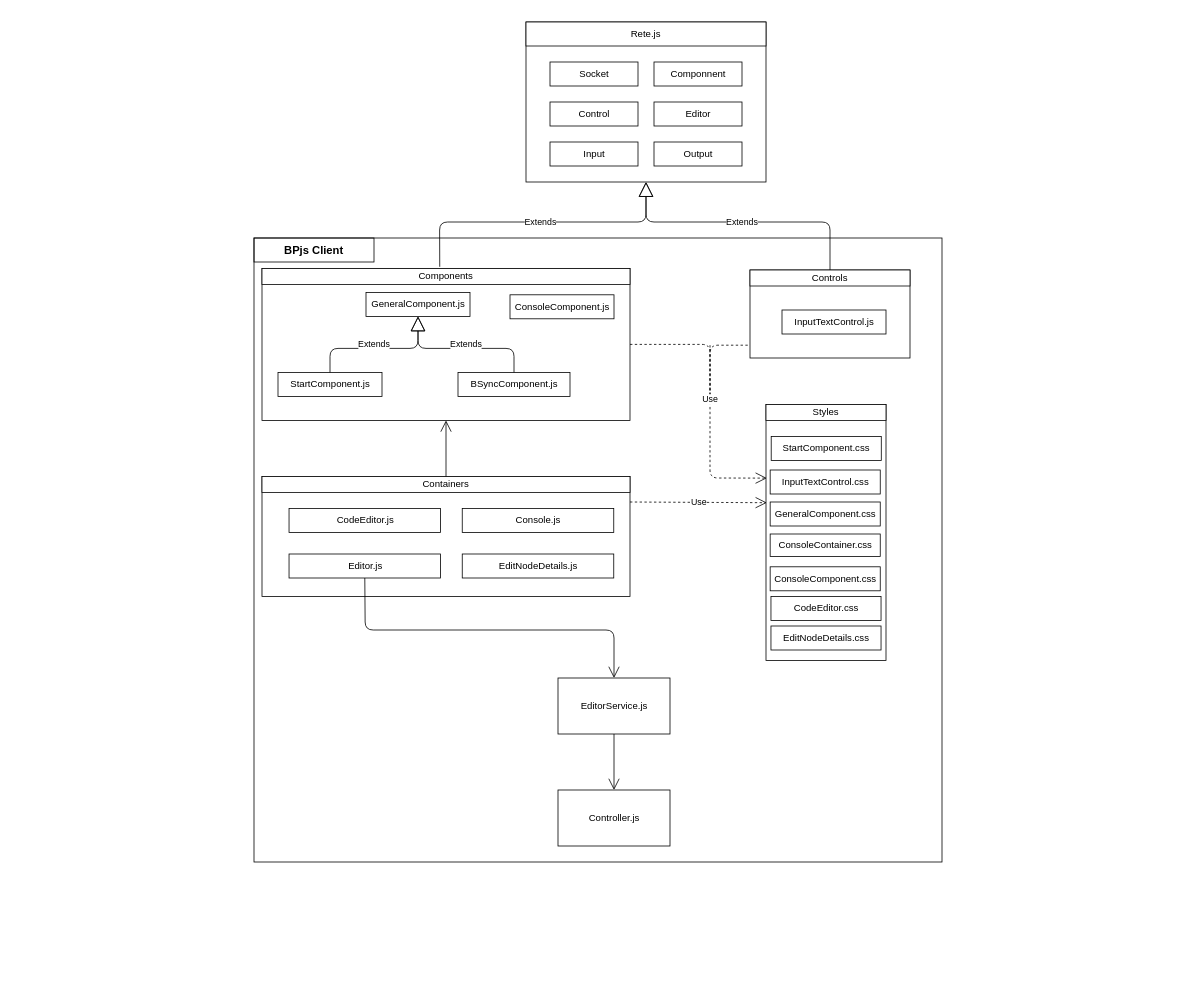
Earlier version of the draw.io diagram documentation/Client Class Diagram.drawio (shirmarko/bpFlowApp). Source tidied: cells renumbered, new cells numbered last; positions are measured from the earlier drawing's top-left corner, leaving out a move shared by most shapes. Both pictures are drawn from the tidied source at 80%, with x=0, y=0 at pixel (14, 22).
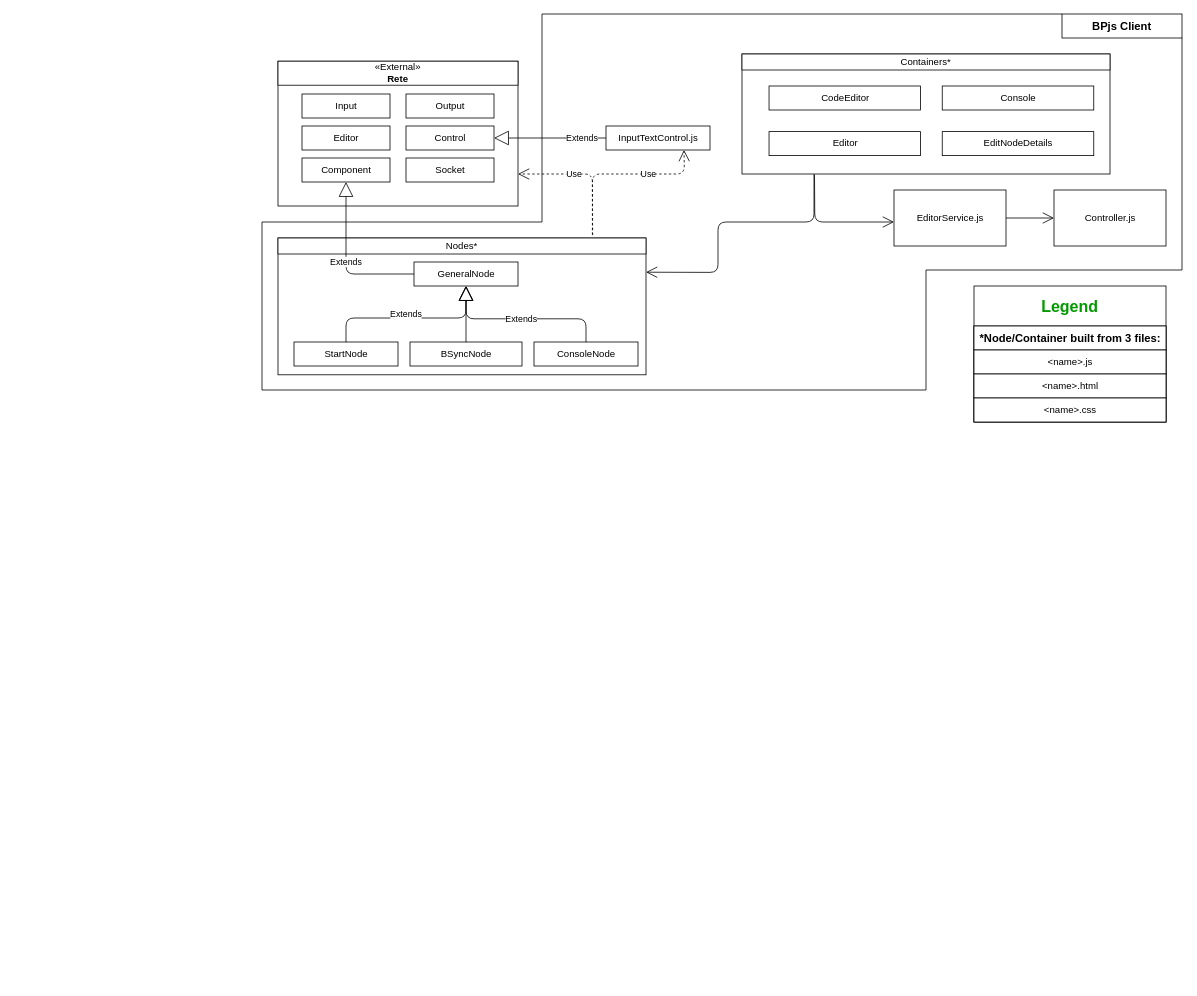
After the change.

The change refers to these unchanged cells:
```xml
<mxCell id="13" style="rounded=0;whiteSpace=wrap;html=1;" parent="12" vertex="1">
  <mxGeometry width="460" height="150" as="geometry" />
</mxCell>
```

Change to the diagram source:
```diff
@@
-    <mxCell id="2" style="group;" parent="1" vertex="1">
-      <mxGeometry y="518" width="1400" height="360" as="geometry" />
-    </mxCell>
-    <mxCell id="3" style="group;" parent="2" vertex="1">
-      <mxGeometry x="310" y="-210" width="460" height="190" as="geometry" />
-    </mxCell>
-    <mxCell id="4" style="rounded=0;whiteSpace=wrap;html=1;" parent="3" vertex="1">
-      <mxGeometry width="460" height="190" as="geometry" />
-    </mxCell>
-    <mxCell id="5" value="StartComponent.js" style="html=1;" parent="3" vertex="1">
-      <mxGeometry x="20" y="130" width="130" height="30" as="geometry" />
-    </mxCell>
-    <mxCell id="6" value="BSyncComponent.js" style="html=1;" parent="3" vertex="1">
-      <mxGeometry x="245" y="130" width="140" height="30" as="geometry" />
-    </mxCell>
-    <mxCell id="7" value="GeneralComponent.js" style="html=1;" parent="3" vertex="1">
-      <mxGeometry x="130" y="30" width="130" height="30" as="geometry" />
-    </mxCell>
-    <mxCell id="8" value="Extends" style="endArrow=block;endSize=16;endFill=0;html=1;entryX=0.5;entryY=1;entryDx=0;entryDy=0;exitX=0.5;exitY=0;exitDx=0;exitDy=0;" parent="3" edge="1" source="5" target="7">
-      <mxGeometry x="-220" y="620" as="geometry">
-        <Array as="points">
-          <mxPoint x="85" y="100" />
-          <mxPoint x="195" y="100" />
-        </Array>
-      </mxGeometry>
-    </mxCell>
-    <mxCell id="9" value="Extends" style="endArrow=block;endSize=16;endFill=0;html=1;entryX=0.5;entryY=1;entryDx=0;entryDy=0;exitX=0.5;exitY=0;exitDx=0;exitDy=0;" parent="3" edge="1" source="6" target="7">
-      <mxGeometry x="-220" y="620" as="geometry">
-        <Array as="points">
-          <mxPoint x="315" y="100" />
-          <mxPoint x="195" y="100" />
-        </Array>
-      </mxGeometry>
-    </mxCell>
-    <mxCell id="10" value="Components" style="rounded=0;whiteSpace=wrap;html=1;" parent="3" vertex="1">
-      <mxGeometry width="460" height="20" as="geometry" />
-    </mxCell>
-    <mxCell id="11" value="ConsoleComponent.js" style="html=1;" parent="3" vertex="1">
-      <mxGeometry x="310" y="33" width="130" height="30" as="geometry" />
-    </mxCell>
+    <mxCell id="50" value="EditorService.js" style="html=1;" parent="1" vertex="1">
+      <mxGeometry x="1100" y="210" width="140" height="70" as="geometry" />
+    </mxCell>
+    <mxCell id="51" value="Controller.js" style="html=1;" parent="1" vertex="1">
+      <mxGeometry x="1300" y="210" width="140" height="70" as="geometry" />
+    </mxCell>
+    <mxCell id="55" value="&lt;b&gt;&lt;font style=&quot;font-size: 14px&quot;&gt;BPjs Client&lt;/font&gt;&lt;/b&gt;" style="rounded=0;whiteSpace=wrap;html=1;fillColor=none;" parent="1" vertex="1">
+      <mxGeometry x="1310" y="-10" width="150" height="30" as="geometry" />
+    </mxCell>
+    <mxCell id="36" value="InputTextControl.js" style="html=1;" parent="1" vertex="1">
+      <mxGeometry x="740" y="130" width="130" height="30" as="geometry" />
+    </mxCell>
-    <mxCell id="12" style="group;" parent="2" vertex="1">
-      <mxGeometry x="310" y="50" width="460" height="150" as="geometry" />
+    <mxCell id="12" style="group;" parent="1" vertex="1">
+      <mxGeometry x="910" y="40" width="460" height="150" as="geometry" />
     </mxCell>
@@
-    <mxCell id="14" value="Containers" style="rounded=0;whiteSpace=wrap;html=1;" parent="12" vertex="1">
+    <mxCell id="14" value="Containers*" style="rounded=0;whiteSpace=wrap;html=1;" parent="12" vertex="1">
       <mxGeometry width="460" height="20" as="geometry" />
     </mxCell>
-    <mxCell id="15" value="Console.js" style="html=1;" parent="12" vertex="1">
+    <mxCell id="15" value="Console" style="html=1;" parent="12" vertex="1">
       <mxGeometry x="250.3" y="40" width="189.4" height="30" as="geometry" />
     </mxCell>
-    <mxCell id="16" value="CodeEditor.js" style="html=1;" parent="12" vertex="1">
+    <mxCell id="16" value="CodeEditor" style="html=1;" parent="12" vertex="1">
       <mxGeometry x="33.8" y="40" width="189.4" height="30" as="geometry" />
     </mxCell>
-    <mxCell id="17" value="EditNodeDetails.js" style="html=1;" parent="12" vertex="1">
+    <mxCell id="17" value="EditNodeDetails" style="html=1;" parent="12" vertex="1">
       <mxGeometry x="250.3" y="97" width="189.4" height="30" as="geometry" />
     </mxCell>
-    <mxCell id="18" value="Editor.js" style="html=1;" parent="12" vertex="1">
+    <mxCell id="18" value="Editor" style="html=1;" parent="12" vertex="1">
       <mxGeometry x="33.8" y="97" width="189.4" height="30" as="geometry" />
     </mxCell>
-    <mxCell id="19" style="group;" parent="2" vertex="1">
-      <mxGeometry x="940" y="-40" width="150" height="320" as="geometry" />
-    </mxCell>
-    <mxCell id="20" style="rounded=0;whiteSpace=wrap;html=1;" parent="19" vertex="1">
-      <mxGeometry width="150" height="320" as="geometry" />
-    </mxCell>
-    <mxCell id="21" value="StartComponent.css" style="html=1;" parent="19" vertex="1">
-      <mxGeometry x="6.5" y="40" width="137.6" height="30" as="geometry" />
-    </mxCell>
-    <mxCell id="22" value="GeneralComponent.css" style="html=1;" parent="19" vertex="1">
-      <mxGeometry x="5.2" y="122" width="137.6" height="30" as="geometry" />
-    </mxCell>
-    <mxCell id="23" value="Styles" style="rounded=0;whiteSpace=wrap;html=1;" parent="19" vertex="1">
-      <mxGeometry width="150" height="20" as="geometry" />
-    </mxCell>
-    <mxCell id="24" value="ConsoleComponent.css" style="html=1;" parent="19" vertex="1">
-      <mxGeometry x="5.2" y="203" width="137.6" height="30" as="geometry" />
-    </mxCell>
-    <mxCell id="25" value="InputTextControl.css" style="html=1;" parent="19" vertex="1">
-      <mxGeometry x="5.2" y="82" width="137.6" height="30" as="geometry" />
-    </mxCell>
-    <mxCell id="26" value="ConsoleContainer.css" style="html=1;" parent="19" vertex="1">
-      <mxGeometry x="5.2" y="162" width="137.6" height="28" as="geometry" />
-    </mxCell>
-    <mxCell id="27" value="CodeEditor.css" style="html=1;" parent="19" vertex="1">
-      <mxGeometry x="6.2" y="240" width="137.6" height="30" as="geometry" />
-    </mxCell>
-    <mxCell id="28" value="EditNodeDetails.css" style="html=1;" parent="19" vertex="1">
-      <mxGeometry x="6.2" y="277" width="137.6" height="30" as="geometry" />
-    </mxCell>
-    <mxCell id="29" value="Use" style="endArrow=open;endSize=12;dashed=1;html=1;entryX=0.007;entryY=0.288;entryDx=0;entryDy=0;entryPerimeter=0;exitX=1;exitY=0.5;exitDx=0;exitDy=0;" parent="2" edge="1" source="4" target="20">
-      <mxGeometry relative="1" as="geometry">
-        <Array as="points">
-          <mxPoint x="870" y="-115" />
-          <mxPoint x="870" y="52" />
-        </Array>
-      </mxGeometry>
-    </mxCell>
-    <mxCell id="30" value="Use" style="endArrow=open;endSize=12;dashed=1;html=1;entryX=0.007;entryY=0.384;entryDx=0;entryDy=0;entryPerimeter=0;" parent="2" edge="1" target="20">
-      <mxGeometry relative="1" as="geometry">
-        <mxPoint x="770" y="82" as="sourcePoint" />
-      </mxGeometry>
-    </mxCell>
-    <mxCell id="31" style="endArrow=open;endFill=1;endSize=12;html=1;entryX=0.5;entryY=1;entryDx=0;entryDy=0;exitX=0.5;exitY=0;exitDx=0;exitDy=0;" parent="2" edge="1" source="14" target="4">
-      <mxGeometry relative="1" as="geometry" />
-    </mxCell>
-    <mxCell id="32" style="group;" parent="1" vertex="1">
-      <mxGeometry x="910" y="300" width="430" height="900" as="geometry" />
-    </mxCell>
-    <mxCell id="33" style="group;" parent="32" vertex="1">
-      <mxGeometry x="10" y="10" width="240" height="890" as="geometry" />
-    </mxCell>
-    <mxCell id="34" style="rounded=0;whiteSpace=wrap;html=1;fillColor=none;" parent="33" vertex="1">
-      <mxGeometry x="-620" y="-40" width="860" height="780" as="geometry" />
-    </mxCell>
-    <mxCell id="35" style="rounded=0;whiteSpace=wrap;html=1;" parent="33" vertex="1">
-      <mxGeometry width="200" height="110" as="geometry" />
-    </mxCell>
-    <mxCell id="36" value="InputTextControl.js" style="html=1;" parent="33" vertex="1">
-      <mxGeometry x="40" y="50" width="130" height="30" as="geometry" />
-    </mxCell>
-    <mxCell id="37" value="Controls" style="rounded=0;whiteSpace=wrap;html=1;" parent="33" vertex="1">
-      <mxGeometry width="200" height="20" as="geometry" />
-    </mxCell>
-    <mxCell id="38" style="group;" parent="1" vertex="1">
-      <mxGeometry x="640" width="300" height="200" as="geometry" />
-    </mxCell>
+    <mxCell id="56" style="group;" parent="1" vertex="1">
+      <mxGeometry x="330" y="270" width="460" height="171" as="geometry" />
+    </mxCell>
+    <mxCell id="4" style="rounded=0;whiteSpace=wrap;html=1;" parent="56" vertex="1">
+      <mxGeometry width="460" height="171" as="geometry" />
+    </mxCell>
+    <mxCell id="5" value="StartNode" style="html=1;" parent="56" vertex="1">
+      <mxGeometry x="20" y="130" width="130" height="30" as="geometry" />
+    </mxCell>
+    <mxCell id="6" value="BSyncNode" style="html=1;" parent="56" vertex="1">
+      <mxGeometry x="165" y="130" width="140" height="30" as="geometry" />
+    </mxCell>
+    <mxCell id="7" value="GeneralNode" style="html=1;" parent="56" vertex="1">
+      <mxGeometry x="170" y="30" width="130" height="30" as="geometry" />
+    </mxCell>
+    <mxCell id="8" value="Extends" style="endArrow=block;endSize=16;endFill=0;html=1;entryX=0.5;entryY=1;entryDx=0;entryDy=0;exitX=0.5;exitY=0;exitDx=0;exitDy=0;" parent="56" edge="1" source="5" target="7">
+      <mxGeometry x="-220" y="620" as="geometry">
+        <Array as="points">
+          <mxPoint x="85" y="100" />
+          <mxPoint x="235" y="100" />
+        </Array>
+      </mxGeometry>
+    </mxCell>
+    <mxCell id="10" value="Nodes*" style="rounded=0;whiteSpace=wrap;html=1;" parent="56" vertex="1">
+      <mxGeometry width="460" height="20" as="geometry" />
+    </mxCell>
+    <mxCell id="11" value="ConsoleNode" style="html=1;" parent="56" vertex="1">
+      <mxGeometry x="320" y="130" width="130" height="30" as="geometry" />
+    </mxCell>
+    <mxCell id="57" value="Extends" style="endArrow=block;endSize=16;endFill=0;html=1;entryX=0.5;entryY=1;entryDx=0;entryDy=0;exitX=0.5;exitY=0;exitDx=0;exitDy=0;" parent="56" edge="1" source="11" target="7">
+      <mxGeometry relative="1" as="geometry">
+        <Array as="points">
+          <mxPoint x="385" y="101" />
+          <mxPoint x="235" y="101" />
+        </Array>
+      </mxGeometry>
+    </mxCell>
+    <mxCell id="9" style="endArrow=block;endSize=16;endFill=0;html=1;entryX=0.5;entryY=1;entryDx=0;entryDy=0;exitX=0.5;exitY=0;exitDx=0;exitDy=0;" parent="56" edge="1" source="6" target="7">
+      <mxGeometry x="0.38" y="160" relative="1" as="geometry" />
+    </mxCell>
-    <mxCell id="39" style="rounded=0;whiteSpace=wrap;html=1;" parent="38" vertex="1">
-      <mxGeometry width="300" height="200" as="geometry" />
+    <mxCell id="39" style="rounded=0;whiteSpace=wrap;html=1;" parent="1" vertex="1">
+      <mxGeometry x="330" y="49" width="300" height="181" as="geometry" />
     </mxCell>
-    <mxCell id="40" style="group;" parent="38" vertex="1">
-      <mxGeometry width="300" height="180" as="geometry" />
+    <mxCell id="40" style="group;" parent="1" vertex="1">
+      <mxGeometry x="330" y="49" width="300" height="180" as="geometry" />
     </mxCell>
-    <mxCell id="41" value="Socket" style="html=1;" parent="40" vertex="1">
-      <mxGeometry x="30" y="50" width="110" height="30" as="geometry" />
+    <mxCell id="41" value="Input" style="html=1;" parent="40" vertex="1">
+      <mxGeometry x="30" y="41" width="110" height="30" as="geometry" />
     </mxCell>
-    <mxCell id="42" value="Rete.js" style="rounded=0;whiteSpace=wrap;html=1;" parent="40" vertex="1">
+    <mxCell id="42" value="&lt;span&gt;«External»&lt;/span&gt;&lt;br&gt;&lt;b&gt;Rete&lt;/b&gt;" style="rounded=0;whiteSpace=wrap;html=1;" parent="40" vertex="1">
       <mxGeometry width="300" height="30" as="geometry" />
     </mxCell>
-    <mxCell id="43" value="Componnent" style="html=1;" parent="40" vertex="1">
-      <mxGeometry x="160" y="50" width="110" height="30" as="geometry" />
+    <mxCell id="43" value="Output" style="html=1;" parent="40" vertex="1">
+      <mxGeometry x="160" y="41" width="110" height="30" as="geometry" />
     </mxCell>
-    <mxCell id="44" value="Control" style="html=1;" parent="40" vertex="1">
-      <mxGeometry x="30" y="100" width="110" height="30" as="geometry" />
+    <mxCell id="44" value="Editor" style="html=1;" parent="40" vertex="1">
+      <mxGeometry x="30" y="81" width="110" height="30" as="geometry" />
     </mxCell>
-    <mxCell id="45" value="Editor" style="html=1;" parent="40" vertex="1">
-      <mxGeometry x="160" y="100" width="110" height="30" as="geometry" />
+    <mxCell id="45" value="Control" style="html=1;" parent="40" vertex="1">
+      <mxGeometry x="160" y="81" width="110" height="30" as="geometry" />
     </mxCell>
-    <mxCell id="46" value="Output" style="html=1;" parent="40" vertex="1">
-      <mxGeometry x="160" y="150" width="110" height="30" as="geometry" />
+    <mxCell id="46" value="Socket" style="html=1;" parent="40" vertex="1">
+      <mxGeometry x="160" y="121" width="110" height="30" as="geometry" />
     </mxCell>
-    <mxCell id="47" value="Input" style="html=1;" parent="40" vertex="1">
-      <mxGeometry x="30" y="150" width="110" height="30" as="geometry" />
+    <mxCell id="47" value="Component" style="html=1;" parent="40" vertex="1">
+      <mxGeometry x="30" y="121" width="110" height="30" as="geometry" />
     </mxCell>
-    <mxCell id="48" value="Extends" style="endArrow=block;endSize=16;endFill=0;html=1;entryX=0.5;entryY=1;entryDx=0;entryDy=0;exitX=0.483;exitY=-0.1;exitDx=0;exitDy=0;exitPerimeter=0;" parent="1" edge="1" source="10" target="39">
-      <mxGeometry relative="1" as="geometry">
-        <Array as="points">
-          <mxPoint x="532" y="250" />
-          <mxPoint x="790" y="250" />
-        </Array>
-      </mxGeometry>
-    </mxCell>
-    <mxCell id="49" value="Extends" style="endArrow=block;endSize=16;endFill=0;html=1;entryX=0.5;entryY=1;entryDx=0;entryDy=0;exitX=0.5;exitY=0;exitDx=0;exitDy=0;" parent="1" edge="1" source="37" target="39">
-      <mxGeometry relative="1" as="geometry">
-        <Array as="points">
-          <mxPoint x="1020" y="250" />
-          <mxPoint x="790" y="250" />
-        </Array>
-      </mxGeometry>
-    </mxCell>
-    <mxCell id="50" value="EditorService.js" style="html=1;" parent="1" vertex="1">
-      <mxGeometry x="680" y="820" width="140" height="70" as="geometry" />
-    </mxCell>
-    <mxCell id="51" value="Controller.js" style="html=1;" parent="1" vertex="1">
-      <mxGeometry x="680" y="960" width="140" height="70" as="geometry" />
-    </mxCell>
-    <mxCell id="52" style="endArrow=none;dashed=1;html=1;entryX=0;entryY=0.5;entryDx=0;entryDy=0;" parent="1" edge="1">
-      <mxGeometry relative="1" as="geometry">
-        <mxPoint x="870" y="404" as="sourcePoint" />
-        <mxPoint x="920" y="404" as="targetPoint" />
-        <Array as="points">
-          <mxPoint x="870" y="470" />
-          <mxPoint x="870" y="404" />
-        </Array>
-      </mxGeometry>
-    </mxCell>
-    <mxCell id="53" style="endArrow=open;endFill=1;endSize=12;html=1;entryX=0.5;entryY=0;entryDx=0;entryDy=0;exitX=0.5;exitY=1;exitDx=0;exitDy=0;" parent="1" edge="1" source="18" target="50">
-      <mxGeometry relative="1" as="geometry">
-        <Array as="points">
-          <mxPoint x="439" y="760" />
-          <mxPoint x="750" y="760" />
-        </Array>
-      </mxGeometry>
-    </mxCell>
+    <mxCell id="58" style="endArrow=open;endFill=1;endSize=12;html=1;exitX=0.197;exitY=1.007;exitDx=0;exitDy=0;exitPerimeter=0;" parent="1" edge="1" source="13">
+      <mxGeometry relative="1" as="geometry">
+        <mxPoint x="1100" y="250" as="targetPoint" />
+        <Array as="points">
+          <mxPoint x="1001" y="250" />
+        </Array>
+      </mxGeometry>
+    </mxCell>
+    <mxCell id="59" value="Extends" style="endArrow=block;endSize=16;endFill=0;html=1;entryX=1;entryY=0.5;entryDx=0;entryDy=0;exitX=0;exitY=0.5;exitDx=0;exitDy=0;" parent="1" edge="1" source="36" target="45">
+      <mxGeometry x="-0.57" relative="1" as="geometry" />
+    </mxCell>
+    <mxCell id="60" value="Extends" style="endArrow=block;endSize=16;endFill=0;html=1;entryX=0.5;entryY=1;entryDx=0;entryDy=0;exitX=0;exitY=0.5;exitDx=0;exitDy=0;" parent="1" edge="1" source="7" target="47">
+      <mxGeometry relative="1" as="geometry">
+        <Array as="points">
+          <mxPoint x="415" y="315" />
+        </Array>
+      </mxGeometry>
+    </mxCell>
+    <mxCell id="61" value="Use" style="endArrow=open;endSize=12;dashed=1;html=1;" parent="1" edge="1">
+      <mxGeometry x="0.17" relative="1" as="geometry">
+        <mxPoint x="723" y="266" as="sourcePoint" />
+        <mxPoint x="630" y="190" as="targetPoint" />
+        <Array as="points">
+          <mxPoint x="723" y="190" />
+        </Array>
+      </mxGeometry>
+    </mxCell>
-    <mxCell id="54" style="endArrow=open;endFill=1;endSize=12;html=1;entryX=0.5;entryY=0;entryDx=0;entryDy=0;" parent="1" edge="1" source="50" target="51">
+    <mxCell id="54" style="endArrow=open;endFill=1;endSize=12;html=1;exitX=1;exitY=0.5;exitDx=0;exitDy=0;" parent="1" edge="1" source="50" target="51">
       <mxGeometry relative="1" as="geometry" />
     </mxCell>
-    <mxCell id="55" value="&lt;b&gt;&lt;font style=&quot;font-size: 14px&quot;&gt;BPjs Client&lt;/font&gt;&lt;/b&gt;" style="rounded=0;whiteSpace=wrap;html=1;fillColor=none;" parent="1" vertex="1">
-      <mxGeometry x="300" y="270" width="150" height="30" as="geometry" />
-    </mxCell>
+    <mxCell id="62" style="endArrow=open;endFill=1;endSize=12;html=1;entryX=1;entryY=0.25;entryDx=0;entryDy=0;" parent="1" edge="1" target="4">
+      <mxGeometry relative="1" as="geometry">
+        <mxPoint x="1000" y="190" as="sourcePoint" />
+        <Array as="points">
+          <mxPoint x="1000" y="250" />
+          <mxPoint x="880" y="250" />
+          <mxPoint x="880" y="313" />
+        </Array>
+      </mxGeometry>
+    </mxCell>
+    <mxCell id="63" style="endArrow=open;endSize=12;dashed=1;html=1;entryX=0.75;entryY=1;entryDx=0;entryDy=0;exitX=0.855;exitY=-0.183;exitDx=0;exitDy=0;exitPerimeter=0;" parent="1" edge="1" source="10" target="36">
+      <mxGeometry x="-1" y="-241" relative="1" as="geometry">
+        <Array as="points">
+          <mxPoint x="723" y="190" />
+          <mxPoint x="838" y="190" />
+        </Array>
+        <mxPoint x="-74" y="175" as="offset" />
+      </mxGeometry>
+    </mxCell>
+    <mxCell id="64" value="Use" style="edgeLabel;html=1;align=center;verticalAlign=middle;" parent="63" vertex="1">
+      <mxGeometry x="0.41" y="-2" relative="1" as="geometry">
+        <mxPoint x="-9.7" y="-3" as="offset" />
+      </mxGeometry>
+    </mxCell>
+    <mxCell id="65" style="group;" parent="1" vertex="1">
+      <mxGeometry x="1200" y="330" width="240" height="170" as="geometry" />
+    </mxCell>
+    <mxCell id="66" style="rounded=0;whiteSpace=wrap;html=1;" parent="65" vertex="1">
+      <mxGeometry width="240" height="170" as="geometry" />
+    </mxCell>
+    <mxCell id="67" style="group;" parent="65" vertex="1">
+      <mxGeometry y="50" width="240" height="120" as="geometry" />
+    </mxCell>
+    <mxCell id="68" style="html=1;" parent="67" vertex="1">
+      <mxGeometry width="240" height="120" as="geometry" />
+    </mxCell>
+    <mxCell id="69" value="&lt;b&gt;&lt;font style=&quot;font-size: 14px&quot;&gt;*Node/Container built from 3 files:&lt;/font&gt;&lt;/b&gt;" style="html=1;" parent="67" vertex="1">
+      <mxGeometry width="240" height="30" as="geometry" />
+    </mxCell>
+    <mxCell id="70" value="&amp;lt;name&amp;gt;.js" style="html=1;" parent="67" vertex="1">
+      <mxGeometry y="30" width="240" height="30" as="geometry" />
+    </mxCell>
+    <mxCell id="71" value="&amp;lt;name&amp;gt;.html" style="html=1;" parent="67" vertex="1">
+      <mxGeometry y="60" width="240" height="30" as="geometry" />
+    </mxCell>
+    <mxCell id="72" value="&amp;lt;name&amp;gt;.css" style="html=1;" parent="67" vertex="1">
+      <mxGeometry y="90" width="240" height="30" as="geometry" />
+    </mxCell>
+    <mxCell id="73" value="&lt;font style=&quot;font-size: 20px&quot; color=&quot;#009900&quot;&gt;&lt;b&gt;Legend&lt;/b&gt;&lt;/font&gt;" style="text;html=1;strokeColor=none;fillColor=none;align=center;verticalAlign=middle;whiteSpace=wrap;rounded=0;" parent="65" vertex="1">
+      <mxGeometry x="100" y="15" width="40" height="20" as="geometry" />
+    </mxCell>
+    <mxCell id="74" style="endArrow=none;html=1;entryX=0;entryY=0;entryDx=0;entryDy=0;" parent="1" edge="1" target="55">
+      <mxGeometry relative="1" as="geometry">
+        <mxPoint x="660" y="-10" as="sourcePoint" />
+      </mxGeometry>
+    </mxCell>
+    <mxCell id="75" style="endArrow=none;html=1;" parent="1" edge="1">
+      <mxGeometry relative="1" as="geometry">
+        <mxPoint x="660" y="250" as="sourcePoint" />
+        <mxPoint x="660" y="-10" as="targetPoint" />
+      </mxGeometry>
+    </mxCell>
+    <mxCell id="76" style="endArrow=none;html=1;" parent="1" edge="1">
+      <mxGeometry relative="1" as="geometry">
+        <mxPoint x="310" y="250" as="sourcePoint" />
+        <mxPoint x="660" y="250" as="targetPoint" />
+      </mxGeometry>
+    </mxCell>
+    <mxCell id="77" style="endArrow=none;html=1;" parent="1" edge="1">
+      <mxGeometry relative="1" as="geometry">
+        <mxPoint x="310" y="460" as="sourcePoint" />
+        <mxPoint x="310" y="250" as="targetPoint" />
+      </mxGeometry>
+    </mxCell>
+    <mxCell id="78" style="endArrow=none;html=1;" parent="1" edge="1">
+      <mxGeometry relative="1" as="geometry">
+        <mxPoint x="310" y="460" as="sourcePoint" />
+        <mxPoint x="1140" y="460" as="targetPoint" />
+      </mxGeometry>
+    </mxCell>
+    <mxCell id="79" style="endArrow=none;html=1;" parent="1" edge="1">
+      <mxGeometry relative="1" as="geometry">
+        <mxPoint x="1140" y="460" as="sourcePoint" />
+        <mxPoint x="1140" y="310" as="targetPoint" />
+      </mxGeometry>
+    </mxCell>
+    <mxCell id="80" style="endArrow=none;html=1;" parent="1" edge="1">
+      <mxGeometry relative="1" as="geometry">
+        <mxPoint x="1140" y="310" as="sourcePoint" />
+        <mxPoint x="1460" y="310" as="targetPoint" />
+      </mxGeometry>
+    </mxCell>
+    <mxCell id="81" style="endArrow=none;html=1;entryX=1;entryY=1;entryDx=0;entryDy=0;" parent="1" edge="1" target="55">
+      <mxGeometry relative="1" as="geometry">
+        <mxPoint x="1460" y="310" as="sourcePoint" />
+      </mxGeometry>
+    </mxCell>
```
